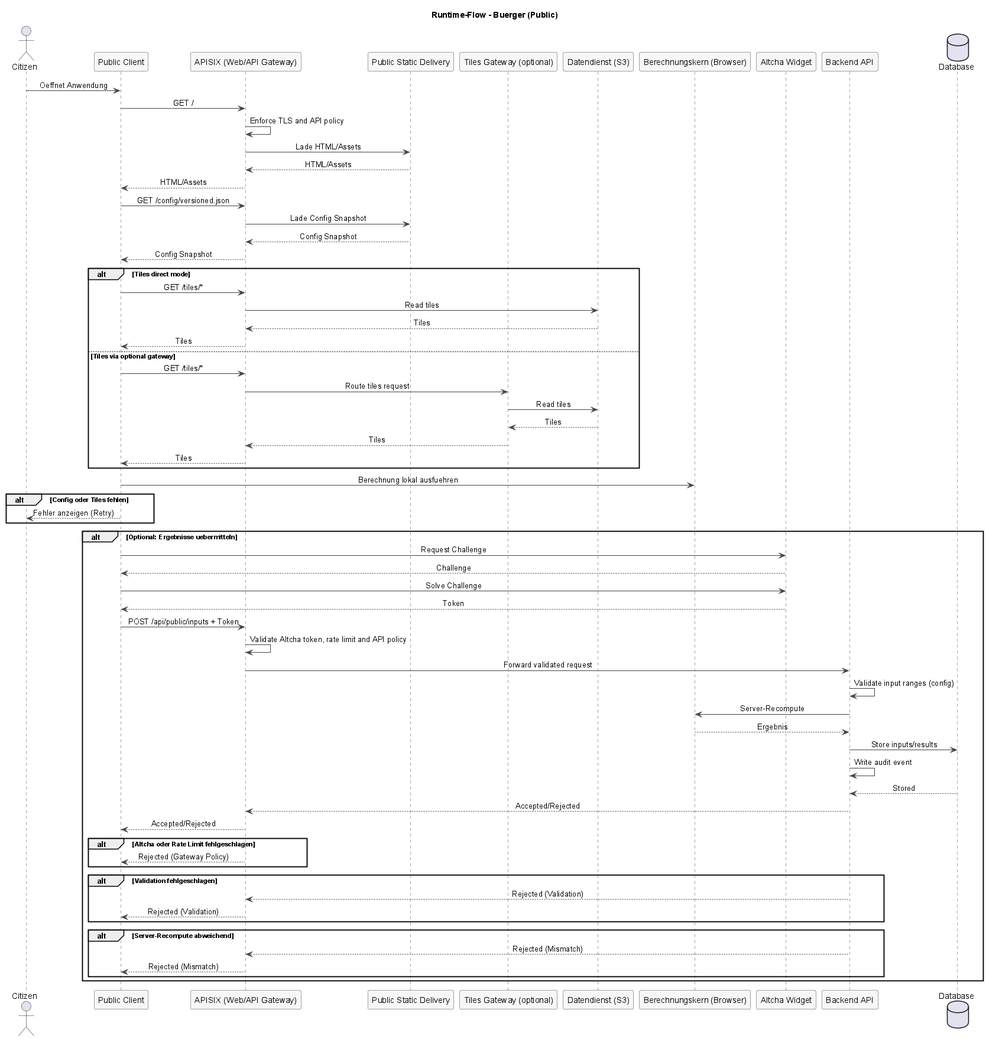
Above: docs/architecture/attachments/runtime-flow-public.png in csi-FOXBYTE/Regensburg_DigitalerEnergieZwilling_Backend (PlantUML), before the change.
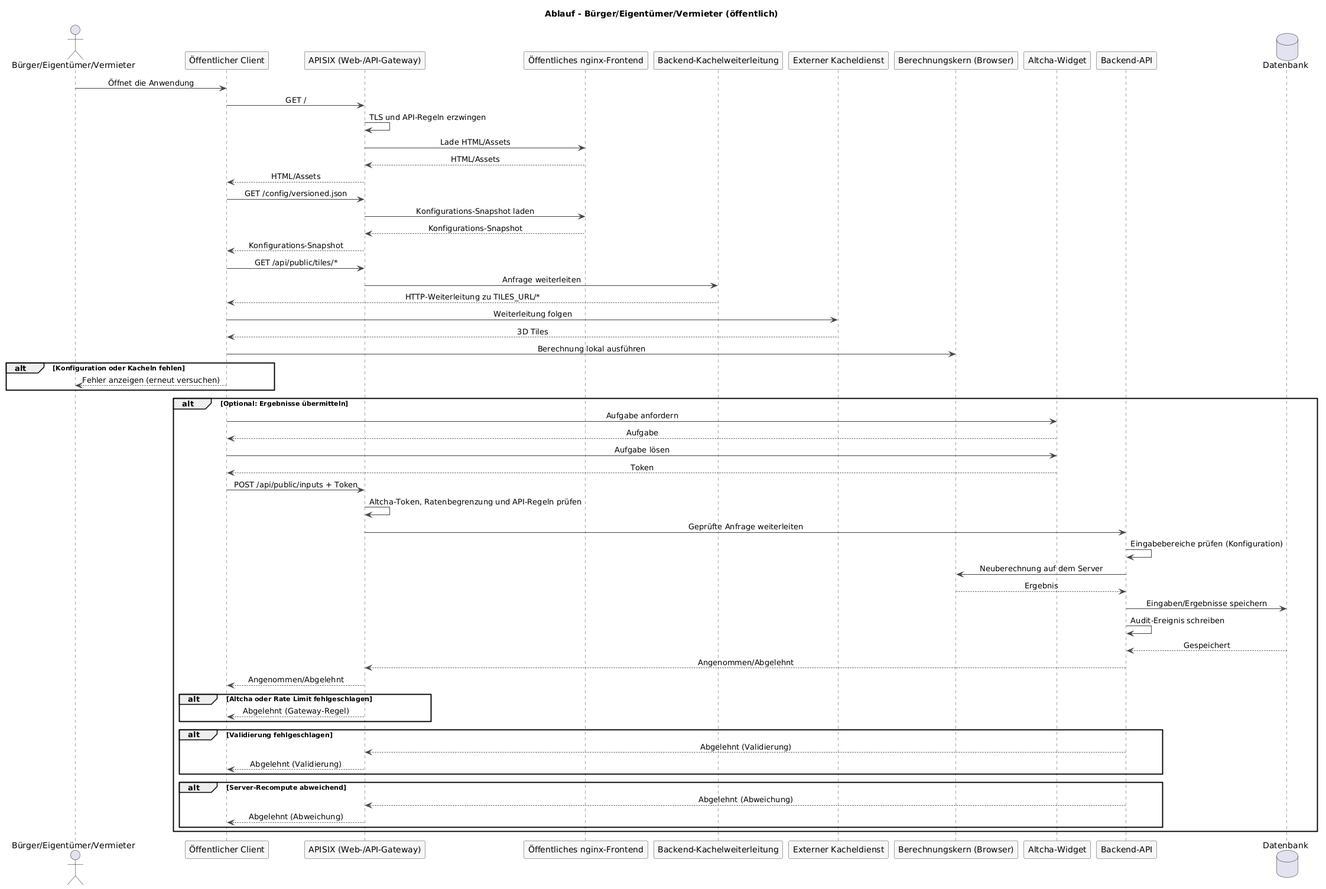
The same file after the commit.

Change to the diagram source:
```diff
@@ -10,80 +10,72 @@
   NoteBackgroundColor #F7F7F7
 }
 
-title Runtime-Flow - Buerger (Public)
+title Ablauf - Bürger/Eigentümer/Vermieter (öffentlich)
 
-actor Citizen as user
-participant "Public Client" as client
-participant "APISIX (Web/API Gateway)" as gateway
-participant "Public Static Delivery" as public_static
-participant "Tiles Gateway (optional)" as tiles
-participant "Datendienst (S3)" as s3
+actor "Bürger/Eigentümer/Vermieter" as user
+participant "Öffentlicher Client" as client
+participant "APISIX (Web-/API-Gateway)" as gateway
+participant "Öffentliches nginx-Frontend" as public_static
+participant "Backend-Kachelweiterleitung" as tiles_redirect
+participant "Externer Kacheldienst" as tiles
 participant "Berechnungskern (Browser)" as calc
-participant "Altcha Widget" as altcha
-participant "Backend API" as api
-database "Database" as db
+participant "Altcha-Widget" as altcha
+participant "Backend-API" as api
+database "Datenbank" as db
 
-user -> client: Oeffnet Anwendung
+user -> client: Öffnet die Anwendung
 client -> gateway: GET /
-gateway -> gateway: Enforce TLS and API policy
+gateway -> gateway: TLS und API-Regeln erzwingen
 gateway -> public_static: Lade HTML/Assets
 public_static --> gateway: HTML/Assets
 gateway --> client: HTML/Assets
 
 client -> gateway: GET /config/versioned.json
-gateway -> public_static: Lade Config Snapshot
-public_static --> gateway: Config Snapshot
-gateway --> client: Config Snapshot
+gateway -> public_static: Konfigurations-Snapshot laden
+public_static --> gateway: Konfigurations-Snapshot
+gateway --> client: Konfigurations-Snapshot
 
-alt Tiles direct mode
-  client -> gateway: GET /tiles/*
-  gateway -> s3: Read tiles
-  s3 --> gateway: Tiles
-  gateway --> client: Tiles
-else Tiles via optional gateway
-  client -> gateway: GET /tiles/*
-  gateway -> tiles: Route tiles request
-  tiles -> s3: Read tiles
-  s3 --> tiles: Tiles
-  tiles --> gateway: Tiles
-  gateway --> client: Tiles
+client -> gateway: GET /api/public/tiles/*
+gateway -> tiles_redirect: Anfrage weiterleiten
+tiles_redirect --> client: HTTP-Weiterleitung zu TILES_URL/*
+client -> tiles: Weiterleitung folgen
+tiles --> client: 3D Tiles
+
+client -> calc: Berechnung lokal ausführen
+
+alt Konfiguration oder Kacheln fehlen
+  client --> user: Fehler anzeigen (erneut versuchen)
 end
 
-client -> calc: Berechnung lokal ausfuehren
-
-alt Config oder Tiles fehlen
-  client --> user: Fehler anzeigen (Retry)
-end
-
-alt Optional: Ergebnisse uebermitteln
-  client -> altcha: Request Challenge
-  altcha --> client: Challenge
-  client -> altcha: Solve Challenge
+alt Optional: Ergebnisse übermitteln
+  client -> altcha: Aufgabe anfordern
+  altcha --> client: Aufgabe
+  client -> altcha: Aufgabe lösen
   altcha --> client: Token
   client -> gateway: POST /api/public/inputs + Token
-  gateway -> gateway: Validate Altcha token, rate limit and API policy
-  gateway -> api: Forward validated request
-  api -> api: Validate input ranges (config)
-  api -> calc: Server-Recompute
+  gateway -> gateway: Altcha-Token, Ratenbegrenzung und API-Regeln prüfen
+  gateway -> api: Geprüfte Anfrage weiterleiten
+  api -> api: Eingabebereiche prüfen (Konfiguration)
+  api -> calc: Neuberechnung auf dem Server
   calc --> api: Ergebnis
-  api -> db: Store inputs/results
-  api -> api: Write audit event
-  db --> api: Stored
-  api --> gateway: Accepted/Rejected
-  gateway --> client: Accepted/Rejected
+  api -> db: Eingaben/Ergebnisse speichern
+  api -> api: Audit-Ereignis schreiben
+  db --> api: Gespeichert
+  api --> gateway: Angenommen/Abgelehnt
+  gateway --> client: Angenommen/Abgelehnt
 
   alt Altcha oder Rate Limit fehlgeschlagen
-    gateway --> client: Rejected (Gateway Policy)
+    gateway --> client: Abgelehnt (Gateway-Regel)
   end
 
-  alt Validation fehlgeschlagen
-    api --> gateway: Rejected (Validation)
-    gateway --> client: Rejected (Validation)
+  alt Validierung fehlgeschlagen
+    api --> gateway: Abgelehnt (Validierung)
+    gateway --> client: Abgelehnt (Validierung)
   end
 
   alt Server-Recompute abweichend
-    api --> gateway: Rejected (Mismatch)
-    gateway --> client: Rejected (Mismatch)
+    api --> gateway: Abgelehnt (Abweichung)
+    gateway --> client: Abgelehnt (Abweichung)
   end
 end
 
```
